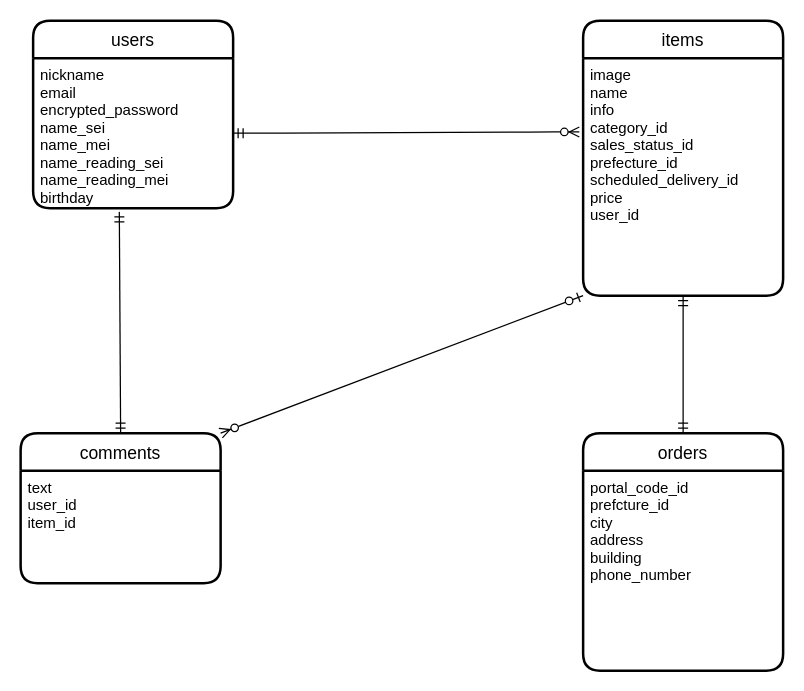
This is db.dio from Jun922/furima-34716, a draw.io file, before an edit. Source tidied: cells renumbered, new cells numbered last; positions are measured from the earlier drawing's top-left corner, leaving out a move shared by most shapes. Both pictures are drawn from the tidied source at 125%, with x=0, y=0 at pixel (20, 20).
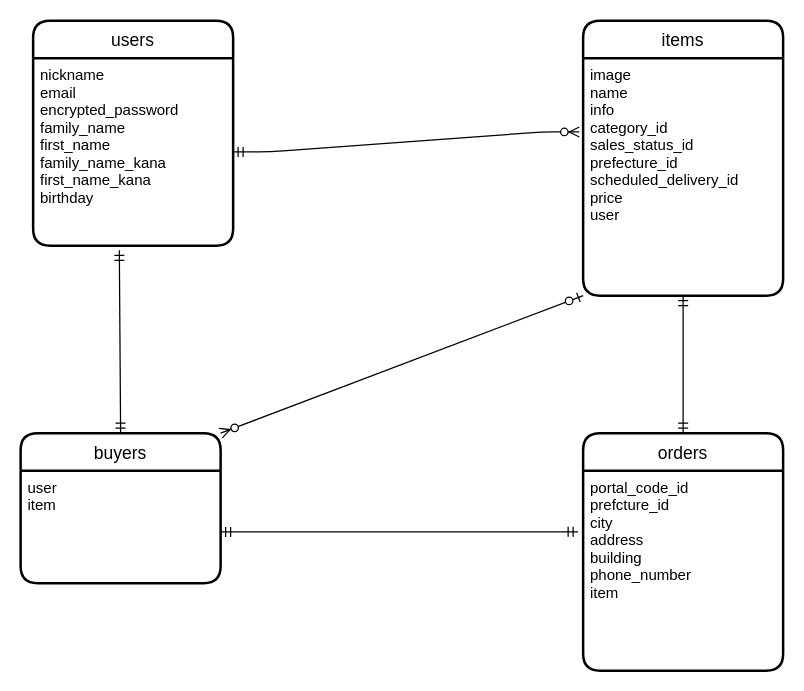
The same page after the edit.

The edit, as a diff of the source:
```diff
@@
 <mxGraphModel>
   <root>
     <mxCell id="0" />
     <mxCell id="1" parent="0" />
     <mxCell id="2" value="users" style="swimlane;horizontal=1;startSize=30;rounded=1;fontSize=14;fontStyle=0;strokeWidth=2;shadow=0;dashed=0;align=center;" parent="1" vertex="1">
-      <mxGeometry x="10" width="160" height="150" as="geometry" />
+      <mxGeometry x="10" width="160" height="180" as="geometry" />
     </mxCell>
-    <mxCell id="3" value="nickname&#10;email&#10;encrypted_password&#10;name_sei&#10;name_mei&#10;name_reading_sei&#10;name_reading_mei&#10;birthday" style="align=left;strokeColor=none;fillColor=none;spacingLeft=4;fontSize=12;verticalAlign=top;" parent="2" vertex="1">
-      <mxGeometry y="30" width="160" height="120" as="geometry" />
+    <mxCell id="3" value="nickname&#10;email&#10;encrypted_password&#10;family_name&#10;first_name&#10;family_name_kana&#10;first_name_kana&#10;birthday" style="align=left;strokeColor=none;fillColor=none;spacingLeft=4;fontSize=12;verticalAlign=top;" parent="2" vertex="1">
+      <mxGeometry y="30" width="160" height="150" as="geometry" />
     </mxCell>
     <mxCell id="4" value="items" style="swimlane;horizontal=1;startSize=30;rounded=1;fontSize=14;fontStyle=0;strokeWidth=2;shadow=0;dashed=0;align=center;" parent="1" vertex="1">
       <mxGeometry x="450" width="160" height="220" as="geometry" />
     </mxCell>
-    <mxCell id="5" value="image&#10;name&#10;info&#10;category_id&#10;sales_status_id&#10;prefecture_id&#10;scheduled_delivery_id&#10;price&#10;user_id" style="align=left;strokeColor=none;fillColor=none;spacingLeft=4;fontSize=12;verticalAlign=top;" parent="4" vertex="1">
+    <mxCell id="5" value="image&#10;name&#10;info&#10;category_id&#10;sales_status_id&#10;prefecture_id&#10;scheduled_delivery_id&#10;price&#10;user" style="align=left;strokeColor=none;fillColor=none;spacingLeft=4;fontSize=12;verticalAlign=top;" parent="4" vertex="1">
       <mxGeometry y="30" width="160" height="190" as="geometry" />
     </mxCell>
-    <mxCell id="6" value="comments" style="swimlane;horizontal=1;startSize=30;rounded=1;fontSize=14;fontStyle=0;strokeWidth=2;shadow=0;dashed=0;align=center;" parent="1" vertex="1">
+    <mxCell id="6" value="buyers" style="swimlane;horizontal=1;startSize=30;rounded=1;fontSize=14;fontStyle=0;strokeWidth=2;shadow=0;dashed=0;align=center;" parent="1" vertex="1">
       <mxGeometry y="330" width="160" height="120" as="geometry" />
     </mxCell>
-    <mxCell id="7" value="text&#10;user_id&#10;item_id" style="align=left;strokeColor=none;fillColor=none;spacingLeft=4;fontSize=12;verticalAlign=top;" parent="6" vertex="1">
+    <mxCell id="7" value="user&#10;item" style="align=left;strokeColor=none;fillColor=none;spacingLeft=4;fontSize=12;verticalAlign=top;" parent="6" vertex="1">
       <mxGeometry y="30" width="160" height="90" as="geometry" />
     </mxCell>
     <mxCell id="8" value="orders" style="swimlane;horizontal=1;startSize=30;rounded=1;fontSize=14;fontStyle=0;strokeWidth=2;shadow=0;dashed=0;align=center;" parent="1" vertex="1">
       <mxGeometry x="450" y="330" width="160" height="190" as="geometry" />
     </mxCell>
-    <mxCell id="9" value="portal_code_id&#10;prefcture_id&#10;city&#10;address&#10;building&#10;phone_number" style="align=left;strokeColor=none;fillColor=none;spacingLeft=4;fontSize=12;verticalAlign=top;" parent="8" vertex="1">
+    <mxCell id="9" value="portal_code_id&#10;prefcture_id&#10;city&#10;address&#10;building&#10;phone_number&#10;item" style="align=left;strokeColor=none;fillColor=none;spacingLeft=4;fontSize=12;verticalAlign=top;" parent="8" vertex="1">
       <mxGeometry y="30" width="160" height="160" as="geometry" />
     </mxCell>
     <mxCell id="10" style="edgeStyle=entityRelationEdgeStyle;fontSize=12;html=1;endArrow=ERzeroToMany;startArrow=ERmandOne;exitX=1;exitY=0.5;exitDx=0;exitDy=0;entryX=-0.019;entryY=0.311;entryDx=0;entryDy=0;entryPerimeter=0;" parent="1" edge="1" source="3" target="5">
       <mxGeometry relative="1" as="geometry" />
     </mxCell>
     <mxCell id="11" style="fontSize=12;html=1;endArrow=ERmandOne;startArrow=ERmandOne;entryX=0.431;entryY=1.025;entryDx=0;entryDy=0;entryPerimeter=0;exitX=0.5;exitY=0;exitDx=0;exitDy=0;" parent="1" edge="1" source="6" target="3">
       <mxGeometry relative="1" as="geometry" />
     </mxCell>
     <mxCell id="12" style="fontSize=12;html=1;endArrow=ERzeroToMany;startArrow=ERzeroToOne;exitX=0;exitY=1;exitDx=0;exitDy=0;entryX=1;entryY=0;entryDx=0;entryDy=0;" parent="1" edge="1" source="5" target="6">
       <mxGeometry relative="1" as="geometry" />
     </mxCell>
     <mxCell id="13" style="fontSize=12;html=1;endArrow=ERmandOne;startArrow=ERmandOne;exitX=0.5;exitY=0;exitDx=0;exitDy=0;entryX=0.5;entryY=1;entryDx=0;entryDy=0;" parent="1" edge="1" source="8" target="5">
       <mxGeometry relative="1" as="geometry" />
     </mxCell>
+    <mxCell id="14" style="edgeStyle=entityRelationEdgeStyle;fontSize=12;html=1;endArrow=ERmandOne;startArrow=ERmandOne;entryX=-0.025;entryY=0.306;entryDx=0;entryDy=0;entryPerimeter=0;" parent="1" edge="1" target="9">
+      <mxGeometry relative="1" as="geometry">
+        <mxPoint x="160" y="409" as="sourcePoint" />
+      </mxGeometry>
+    </mxCell>
   </root>
 </mxGraphModel>
```
